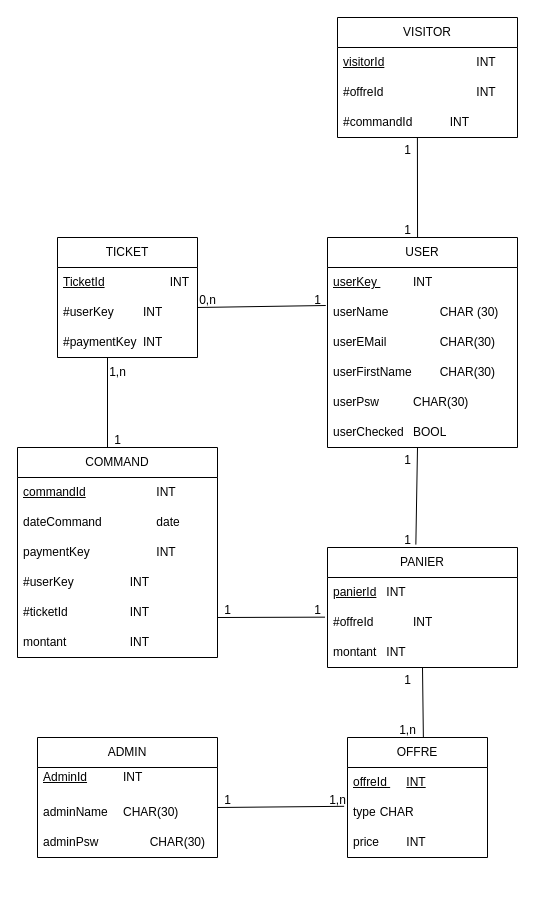
The draw.io diagram MCD.drawio in mariannemnrt/ProjetReservationBilletJO, before the edit. Source tidied: cells renumbered, new cells numbered last; positions are measured from the earlier drawing's top-left corner, leaving out a move shared by most shapes. Both pictures are drawn from the tidied source at 100%, with x=0, y=0 at pixel (17, 17).
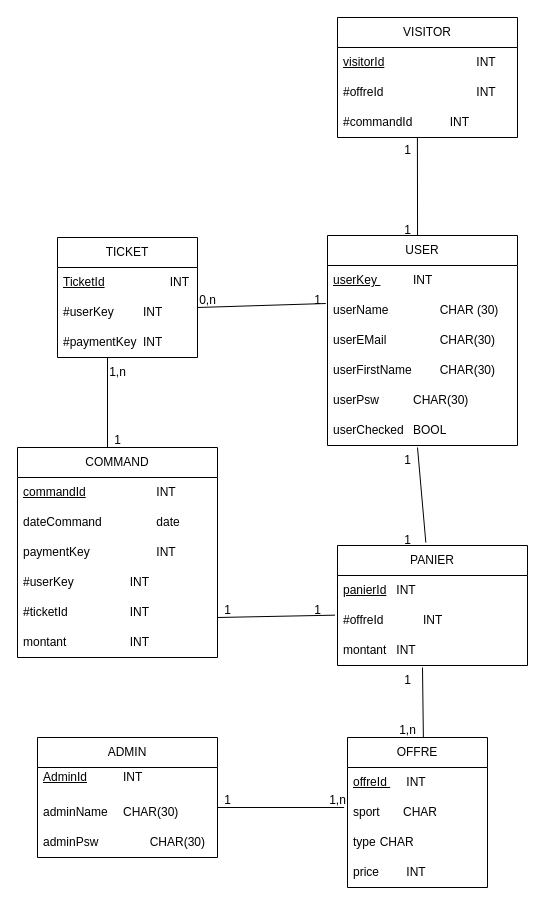
The same page after the edit.

Commit message:
Mettre à jour MCD.drawio

Unchanged cells that the change refers to:
```xml
<mxCell id="47" value="1,n" style="text;html=1;align=center;verticalAlign=middle;points=[];strokeColor=none;fillColor=none;" parent="1" vertex="1">
  <mxGeometry x="300" y="768" width="40" height="30" as="geometry" />
</mxCell>
```

The edit, as a diff of the source:
```diff
@@
     <mxCell id="2" value="USER" style="swimlane;fontStyle=0;horizontal=1;startSize=30;whiteSpace=wrap;html=1;" parent="1" vertex="1">
-      <mxGeometry x="310" y="220" width="190" height="210" as="geometry" />
+      <mxGeometry x="310" y="218" width="190" height="210" as="geometry" />
     </mxCell>
@@
     <mxCell id="9" value="OFFRE " style="swimlane;fontStyle=0;horizontal=1;startSize=30;whiteSpace=wrap;html=1;" parent="1" vertex="1">
-      <mxGeometry x="330" y="720" width="140" height="120" as="geometry" />
+      <mxGeometry x="330" y="720" width="140" height="150" as="geometry" />
     </mxCell>
-    <mxCell id="10" value="&lt;u&gt;offreId&amp;nbsp;&lt;span style=&quot;white-space: pre;&quot;&gt;&#9;&lt;/span&gt;INT &lt;/u&gt;" style="text;strokeColor=none;fillColor=none;align=left;verticalAlign=middle;spacingLeft=4;spacingRight=4;overflow=hidden;whiteSpace=wrap;html=1;" parent="9" vertex="1">
+    <mxCell id="10" value="&lt;u&gt;offreId&amp;nbsp;&lt;/u&gt;&lt;span style=&quot;white-space: pre;&quot;&gt;&#9;&lt;/span&gt;INT&lt;u&gt; &lt;/u&gt;" style="text;strokeColor=none;fillColor=none;align=left;verticalAlign=middle;spacingLeft=4;spacingRight=4;overflow=hidden;whiteSpace=wrap;html=1;" parent="9" vertex="1">
       <mxGeometry y="30" width="140" height="30" as="geometry" />
     </mxCell>
+    <mxCell id="57" value="sport&amp;nbsp;&amp;nbsp;&amp;nbsp;&amp;nbsp;&amp;nbsp;&amp;nbsp; CHAR" style="text;strokeColor=none;fillColor=none;align=left;verticalAlign=middle;spacingLeft=4;spacingRight=4;overflow=hidden;whiteSpace=wrap;html=1;" parent="9" vertex="1">
+      <mxGeometry y="60" width="140" height="30" as="geometry" />
+    </mxCell>
     <mxCell id="11" value="type&lt;span style=&quot;white-space: pre;&quot;&gt;&#9;&lt;/span&gt;CHAR " style="text;strokeColor=none;fillColor=none;align=left;verticalAlign=middle;spacingLeft=4;spacingRight=4;overflow=hidden;points=[[0,0.5],[1,0.5]];portConstraint=eastwest;whiteSpace=wrap;html=1;" parent="9" vertex="1">
-      <mxGeometry y="60" width="140" height="30" as="geometry" />
+      <mxGeometry y="90" width="140" height="30" as="geometry" />
     </mxCell>
     <mxCell id="12" value="price&lt;span style=&quot;white-space: pre;&quot;&gt;&#9;&lt;/span&gt;INT" style="text;strokeColor=none;fillColor=none;align=left;verticalAlign=middle;spacingLeft=4;spacingRight=4;overflow=hidden;whiteSpace=wrap;html=1;" parent="9" vertex="1">
-      <mxGeometry y="90" width="140" height="30" as="geometry" />
+      <mxGeometry y="120" width="140" height="30" as="geometry" />
     </mxCell>
@@
     <mxCell id="32" value="PANIER" style="swimlane;fontStyle=0;horizontal=1;startSize=30;whiteSpace=wrap;html=1;" parent="1" vertex="1">
-      <mxGeometry x="310" y="530" width="190" height="120" as="geometry" />
+      <mxGeometry x="320" y="528" width="190" height="120" as="geometry" />
     </mxCell>
@@
-    <mxCell id="45" style="endArrow=none;html=1;rounded=0;entryX=-0.024;entryY=0.294;entryDx=0;entryDy=0;entryPerimeter=0;" parent="1" edge="1" target="11">
+    <mxCell id="45" style="endArrow=none;html=1;rounded=0;entryX=0.666;entryY=0.733;entryDx=0;entryDy=0;entryPerimeter=0;" parent="1" edge="1" target="47">
       <mxGeometry relative="1" as="geometry">
         <mxPoint x="200" y="790" as="sourcePoint" />
       </mxGeometry>
     </mxCell>
```
